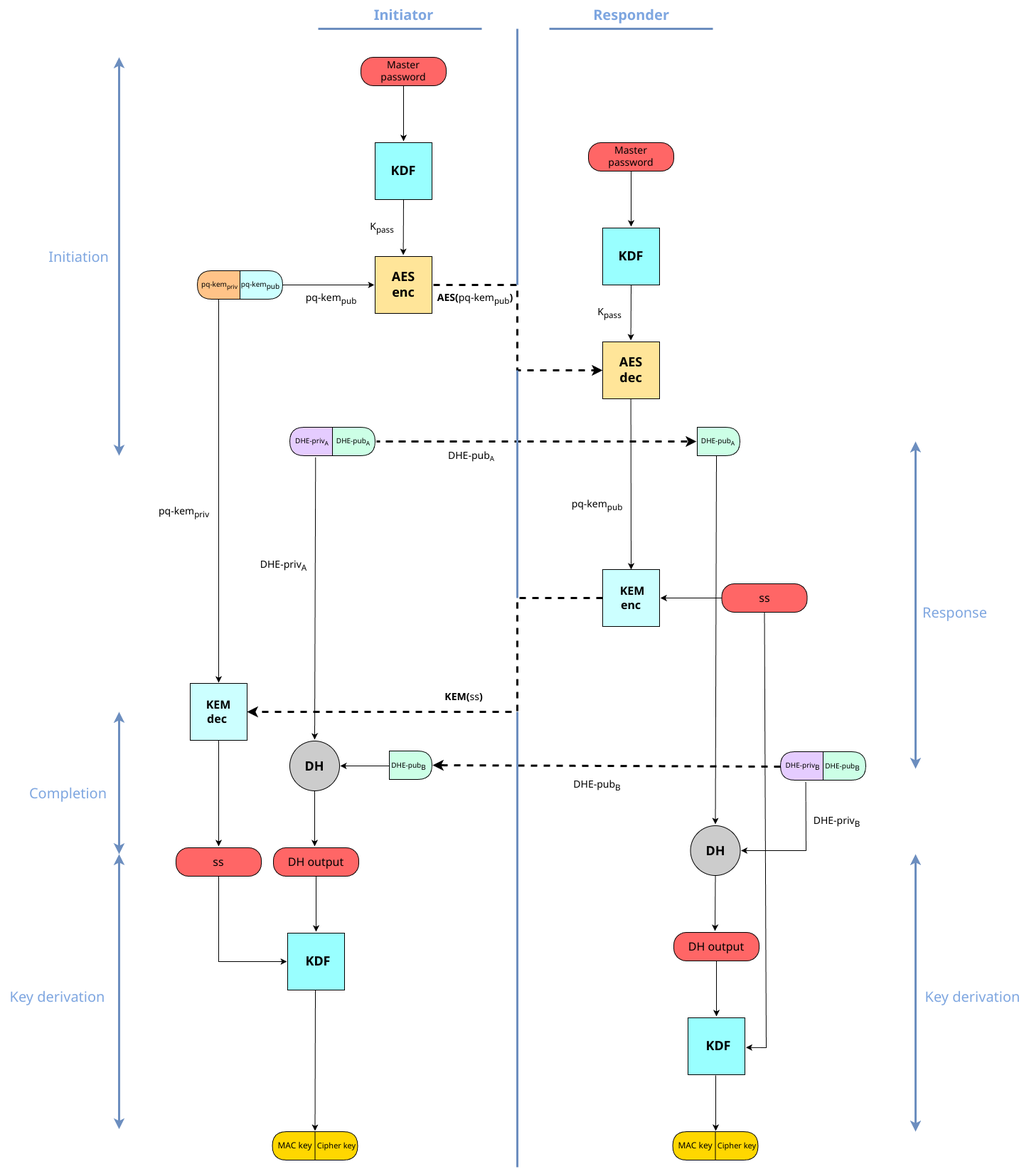
This is docs/specifications/kappa_complete.png from vibhav950/zerotunnel, a draw.io export, as it was before one commit. Source tidied: cells renumbered, new cells last; positions are measured from the earlier drawing's top-left corner, leaving out a move shared by most shapes.
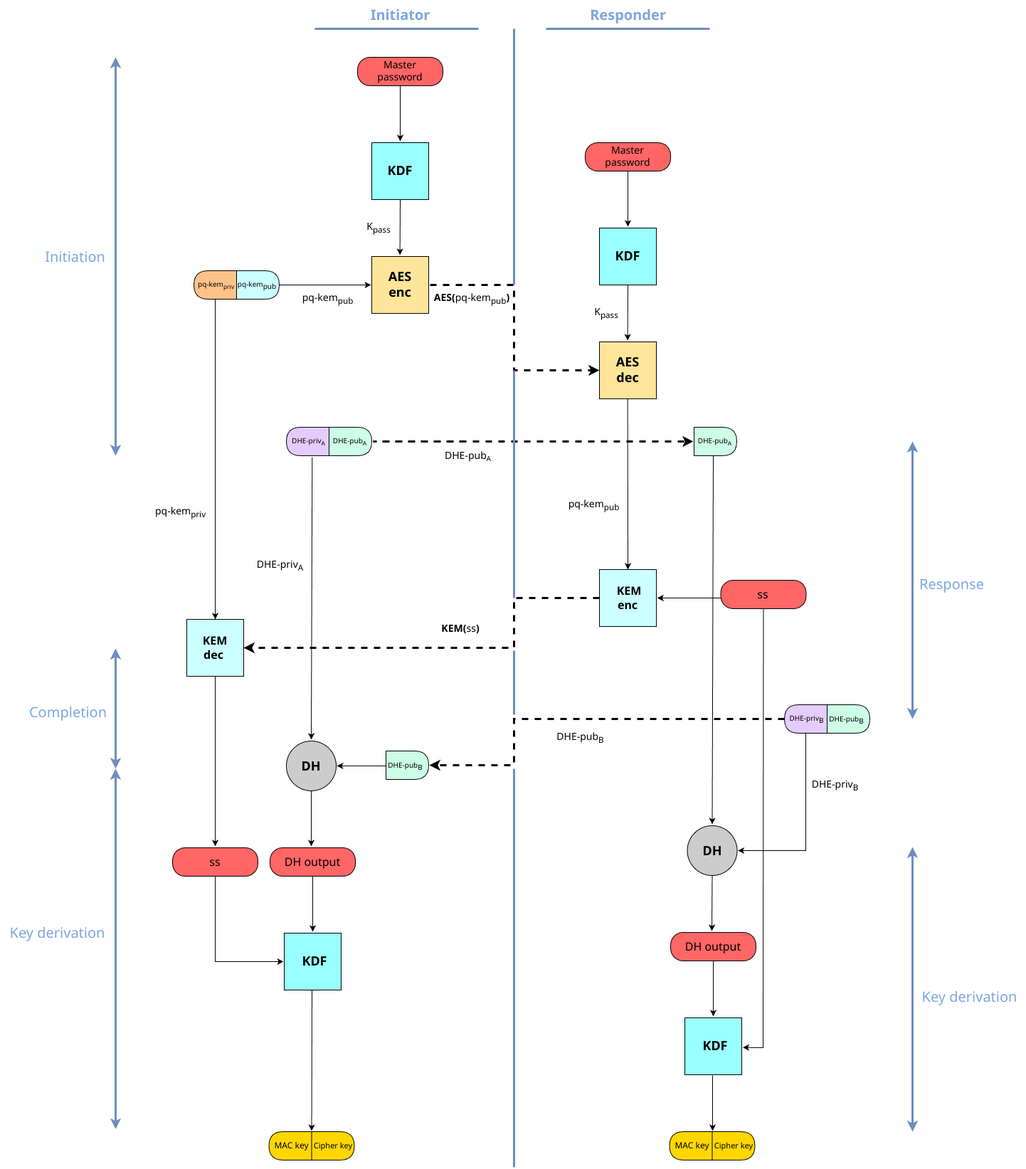
Above is the later version.

Change to the diagram source:
```diff
@@ -123,26 +123,25 @@
       </mxGeometry>
     </mxCell>
     <mxCell id="32" value="&lt;font style=&quot;font-size: 16px;&quot;&gt;ss&lt;/font&gt;" style="rounded=1;arcSize=35;whiteSpace=wrap;html=1;absoluteArcSize=1;shape=rect;fillColor=light-dark(#FF6666,var(--ge-dark-color, #121212));" parent="1" vertex="1">
-      <mxGeometry x="1014.5" y="820" width="120" height="40" as="geometry" />
+      <mxGeometry x="1017.5" y="815" width="120" height="40" as="geometry" />
     </mxCell>
     <mxCell id="33" style="endArrow=classic;html=1;rounded=0;strokeColor=default;curved=0;endFill=1;dashed=1;entryX=1;entryY=0.5;entryDx=0;entryDy=0;strokeWidth=3;" parent="1" edge="1" target="34">
       <mxGeometry relative="1" as="geometry">
         <mxPoint x="847" y="840" as="sourcePoint" />
         <Array as="points">
           <mxPoint x="727" y="840" />
-          <mxPoint x="727" y="1000" />
+          <mxPoint x="727" y="910" />
         </Array>
       </mxGeometry>
     </mxCell>
     <mxCell id="34" style="whiteSpace=wrap;html=1;fillColor=light-dark(#CCFFFF,var(--ge-dark-color, #121212));" parent="1" vertex="1">
-      <mxGeometry x="267" y="960" width="80" height="80" as="geometry" />
+      <mxGeometry x="267" y="870" width="80" height="80" as="geometry" />
     </mxCell>
     <mxCell id="35" value="&lt;font style=&quot;font-size: 16px;&quot; face=&quot;Verdana&quot;&gt;&lt;b style=&quot;&quot;&gt;&amp;nbsp;KEM dec&lt;/b&gt;&lt;/font&gt;" style="text;html=1;align=center;verticalAlign=middle;whiteSpace=wrap;rounded=0;" parent="1" vertex="1">
-      <mxGeometry x="275" y="985" width="60" height="30" as="geometry" />
+      <mxGeometry x="275" y="895" width="60" height="30" as="geometry" />
     </mxCell>
-    <mxCell id="36" style="endArrow=classic;html=1;rounded=0;" parent="1" edge="1">
+    <mxCell id="36" style="endArrow=classic;html=1;rounded=0;exitX=0.5;exitY=1;exitDx=0;exitDy=0;" parent="1" edge="1" source="34">
       <mxGeometry relative="1" as="geometry">
-        <mxPoint x="307" y="1040" as="sourcePoint" />
         <mxPoint x="307" y="1189" as="targetPoint" />
       </mxGeometry>
     </mxCell>
@@ -196,13 +195,13 @@
       <mxGeometry x="977" y="605" width="65" height="30" as="geometry" />
     </mxCell>
     <mxCell id="49" style="shape=delay;whiteSpace=wrap;html=1;arcSize=100;fillColor=light-dark(#CCFFE6,var(--ge-dark-color, #121212));" parent="1" vertex="1">
-      <mxGeometry x="1157" y="1056" width="60" height="40" as="geometry" />
+      <mxGeometry x="1167" y="990" width="60" height="40" as="geometry" />
     </mxCell>
     <mxCell id="50" style="shape=delay;whiteSpace=wrap;html=1;arcSize=100;direction=west;fillColor=light-dark(#E5CCFF,var(--ge-dark-color, #121212));" parent="1" vertex="1">
-      <mxGeometry x="1097" y="1056" width="60" height="40" as="geometry" />
+      <mxGeometry x="1107" y="990" width="60" height="40" as="geometry" />
     </mxCell>
     <mxCell id="51" value="&lt;span style=&quot;font-family: Verdana; font-size: 10px;&quot;&gt;DHE-priv&lt;/span&gt;&lt;sub style=&quot;font-family: Verdana;&quot;&gt;B&lt;/sub&gt;" style="text;html=1;align=center;verticalAlign=middle;whiteSpace=wrap;rounded=0;" parent="1" vertex="1">
-      <mxGeometry x="1101" y="1061" width="55" height="30" as="geometry" />
+      <mxGeometry x="1111" y="995" width="55" height="30" as="geometry" />
     </mxCell>
     <mxCell id="52" style="endArrow=classic;html=1;rounded=0;entryX=0.5;entryY=0;entryDx=0;entryDy=0;" parent="1" edge="1">
       <mxGeometry relative="1" as="geometry">
@@ -213,12 +212,11 @@
     <mxCell id="53" style="ellipse;whiteSpace=wrap;html=1;fillColor=light-dark(#CCCCCC,var(--ge-dark-color, #121212));" parent="1" vertex="1">
       <mxGeometry x="970.5" y="1160" width="70" height="70" as="geometry" />
     </mxCell>
-    <mxCell id="54" style="endArrow=classic;html=1;rounded=0;exitX=0.424;exitY=-0.039;exitDx=0;exitDy=0;exitPerimeter=0;" parent="1" edge="1">
+    <mxCell id="54" style="endArrow=classic;html=1;rounded=0;exitX=0.5;exitY=0;exitDx=0;exitDy=0;" parent="1" edge="1" source="50">
       <mxGeometry relative="1" as="geometry">
-        <mxPoint x="1132.6" y="1098.6" as="sourcePoint" />
         <mxPoint x="1041.5" y="1195" as="targetPoint" />
         <Array as="points">
-          <mxPoint x="1133" y="1195" />
+          <mxPoint x="1137" y="1195" />
         </Array>
       </mxGeometry>
     </mxCell>
@@ -249,12 +247,15 @@
       </mxGeometry>
     </mxCell>
     <mxCell id="61" value="&lt;span style=&quot;font-family: Verdana; font-size: 10px;&quot;&gt;DHE-pub&lt;/span&gt;&lt;sub style=&quot;font-family: Verdana;&quot;&gt;B&lt;/sub&gt;" style="text;html=1;align=center;verticalAlign=middle;whiteSpace=wrap;rounded=0;" parent="1" vertex="1">
-      <mxGeometry x="1157" y="1062" width="55" height="30" as="geometry" />
+      <mxGeometry x="1167" y="996" width="55" height="30" as="geometry" />
     </mxCell>
-    <mxCell id="62" style="endArrow=classic;html=1;rounded=0;strokeColor=default;curved=0;endFill=1;dashed=1;entryX=1;entryY=0.5;entryDx=0;entryDy=0;strokeWidth=3;" parent="1" edge="1">
+    <mxCell id="62" style="endArrow=classic;html=1;rounded=0;strokeColor=default;curved=0;endFill=1;dashed=1;entryX=1;entryY=0.5;entryDx=0;entryDy=0;strokeWidth=3;exitX=1;exitY=0.5;exitDx=0;exitDy=0;" parent="1" edge="1" source="50">
       <mxGeometry relative="1" as="geometry">
-        <mxPoint x="1097" y="1077" as="sourcePoint" />
         <mxPoint x="608" y="1075" as="targetPoint" />
+        <Array as="points">
+          <mxPoint x="727" y="1010" />
+          <mxPoint x="727" y="1075" />
+        </Array>
       </mxGeometry>
     </mxCell>
     <mxCell id="63" style="ellipse;whiteSpace=wrap;html=1;fillColor=light-dark(#CCCCCC,var(--ge-dark-color, #121212));" parent="1" vertex="1">
@@ -306,10 +307,8 @@
         </Array>
       </mxGeometry>
     </mxCell>
-    <mxCell id="74" style="endArrow=classic;html=1;rounded=0;exitX=0.5;exitY=0;exitDx=0;exitDy=0;" parent="1" edge="1" source="5">
-      <mxGeometry relative="1" as="geometry">
-        <mxPoint x="307" y="959" as="targetPoint" />
-      </mxGeometry>
+    <mxCell id="74" style="endArrow=classic;html=1;rounded=0;exitX=0.5;exitY=0;exitDx=0;exitDy=0;entryX=0.5;entryY=0;entryDx=0;entryDy=0;" parent="1" edge="1" source="5" target="34">
+      <mxGeometry relative="1" as="geometry" />
     </mxCell>
     <mxCell id="75" value="&lt;font face=&quot;Verdana&quot;&gt;&lt;span style=&quot;font-size: 14px;&quot;&gt;&lt;b&gt;AES(&lt;/b&gt;pq-kem&lt;sub&gt;pub&lt;/sub&gt;&lt;b&gt;)&lt;/b&gt;&lt;/span&gt;&lt;/font&gt;" style="text;html=1;align=center;verticalAlign=middle;whiteSpace=wrap;rounded=0;" parent="1" vertex="1">
       <mxGeometry x="613" y="400" width="110" height="40" as="geometry" />
@@ -318,10 +317,10 @@
       <mxGeometry x="797" y="690" width="85" height="40" as="geometry" />
     </mxCell>
     <mxCell id="77" value="&lt;font style=&quot;font-size: 14px;&quot; face=&quot;Verdana&quot;&gt;&lt;b&gt;KEM(&lt;/b&gt;ss&lt;b&gt;)&lt;/b&gt;&lt;/font&gt;" style="text;html=1;align=center;verticalAlign=middle;whiteSpace=wrap;rounded=0;" parent="1" vertex="1">
-      <mxGeometry x="617" y="960" width="70" height="40" as="geometry" />
+      <mxGeometry x="617" y="864" width="70" height="40" as="geometry" />
     </mxCell>
     <mxCell id="78" value="&lt;font style=&quot;font-size: 14px;&quot;&gt;&lt;span style=&quot;font-family: Verdana;&quot;&gt;DHE-pub&lt;/span&gt;&lt;sub style=&quot;font-family: Verdana;&quot;&gt;B&lt;/sub&gt;&lt;/font&gt;" style="text;html=1;align=center;verticalAlign=middle;whiteSpace=wrap;rounded=0;" parent="1" vertex="1">
-      <mxGeometry x="798.2" y="1089" width="82.5" height="30" as="geometry" />
+      <mxGeometry x="779" y="1022" width="82.5" height="30" as="geometry" />
     </mxCell>
     <mxCell id="79" style="shape=delay;whiteSpace=wrap;html=1;arcSize=100;fillColor=light-dark(#CCFFE6,var(--ge-dark-color, #121212));" parent="1" vertex="1">
       <mxGeometry x="547" y="1055" width="60" height="40" as="geometry" />
@@ -345,7 +344,7 @@
       <mxGeometry x="357" y="780" width="82.5" height="30" as="geometry" />
     </mxCell>
     <mxCell id="85" value="&lt;font style=&quot;font-size: 14px;&quot;&gt;&lt;span style=&quot;font-family: Verdana;&quot;&gt;DHE-priv&lt;/span&gt;&lt;sub style=&quot;font-family: Verdana;&quot;&gt;B&lt;/sub&gt;&lt;/font&gt;" style="text;html=1;align=center;verticalAlign=middle;whiteSpace=wrap;rounded=0;" parent="1" vertex="1">
-      <mxGeometry x="1134.5" y="1140" width="82.5" height="30" as="geometry" />
+      <mxGeometry x="1137.5" y="1089" width="82.5" height="30" as="geometry" />
     </mxCell>
     <mxCell id="86" style="endArrow=none;html=1;rounded=0;strokeWidth=3;fillColor=#dae8fc;strokeColor=#6c8ebf;" parent="1" edge="1">
       <mxGeometry relative="1" as="geometry">
@@ -361,7 +360,7 @@
     </mxCell>
     <mxCell id="88" style="endArrow=none;html=1;rounded=0;strokeWidth=3;fillColor=#dae8fc;strokeColor=#6c8ebf;" parent="1" edge="1">
       <mxGeometry relative="1" as="geometry">
-        <mxPoint x="727" y="1000" as="sourcePoint" />
+        <mxPoint x="727" y="1080" as="sourcePoint" />
         <mxPoint x="727" y="1640" as="targetPoint" />
       </mxGeometry>
     </mxCell>
@@ -403,42 +402,48 @@
     </mxCell>
     <mxCell id="99" style="endArrow=classic;startArrow=classic;html=1;rounded=0;strokeWidth=3;fillColor=#dae8fc;strokeColor=#6c8ebf;" parent="1" edge="1">
       <mxGeometry relative="1" as="geometry">
-        <mxPoint x="1287" y="1080" as="sourcePoint" />
+        <mxPoint x="1287" y="1010" as="sourcePoint" />
         <mxPoint x="1287" y="620" as="targetPoint" />
       </mxGeometry>
     </mxCell>
     <mxCell id="100" style="endArrow=classic;startArrow=classic;html=1;rounded=0;strokeWidth=3;fillColor=#dae8fc;strokeColor=#6c8ebf;" parent="1" edge="1">
       <mxGeometry relative="1" as="geometry">
-        <mxPoint x="167" y="1200" as="sourcePoint" />
-        <mxPoint x="167" y="1000" as="targetPoint" />
+        <mxPoint x="167" y="1080" as="sourcePoint" />
+        <mxPoint x="167" y="911" as="targetPoint" />
       </mxGeometry>
     </mxCell>
     <mxCell id="101" style="endArrow=classic;startArrow=classic;html=1;rounded=0;strokeWidth=3;fillColor=#dae8fc;strokeColor=#6c8ebf;" parent="1" edge="1">
       <mxGeometry relative="1" as="geometry">
         <mxPoint x="167" y="1586.7" as="sourcePoint" />
-        <mxPoint x="167" y="1200" as="targetPoint" />
+        <mxPoint x="167" y="1080" as="targetPoint" />
       </mxGeometry>
     </mxCell>
     <mxCell id="102" style="endArrow=classic;startArrow=classic;html=1;rounded=0;strokeWidth=3;fillColor=#dae8fc;strokeColor=#6c8ebf;" parent="1" edge="1">
       <mxGeometry relative="1" as="geometry">
         <mxPoint x="1287" y="1590" as="sourcePoint" />
-        <mxPoint x="1287" y="1200" as="targetPoint" />
+        <mxPoint x="1287" y="1190" as="targetPoint" />
       </mxGeometry>
     </mxCell>
     <mxCell id="103" value="&lt;font style=&quot;font-size: 20px; color: rgb(126, 166, 224);&quot;&gt;Initiation&lt;/font&gt;" style="text;html=1;align=center;verticalAlign=middle;strokeColor=none;fillColor=none;" parent="1" vertex="1">
       <mxGeometry x="55" y="340" width="110" height="40" as="geometry" />
     </mxCell>
     <mxCell id="104" value="&lt;font color=&quot;#7ea6e0&quot;&gt;&lt;span style=&quot;font-size: 20px;&quot;&gt;Response&lt;/span&gt;&lt;/font&gt;" style="text;html=1;align=center;verticalAlign=middle;strokeColor=none;fillColor=none;" parent="1" vertex="1">
-      <mxGeometry x="1287" y="840" width="110" height="40" as="geometry" />
+      <mxGeometry x="1287" y="800" width="110" height="40" as="geometry" />
     </mxCell>
     <mxCell id="105" value="&lt;font color=&quot;#7ea6e0&quot;&gt;&lt;span style=&quot;font-size: 20px;&quot;&gt;Completion&lt;/span&gt;&lt;/font&gt;" style="text;html=1;align=center;verticalAlign=middle;strokeColor=none;fillColor=none;" parent="1" vertex="1">
-      <mxGeometry x="30" y="1094" width="130" height="40" as="geometry" />
+      <mxGeometry x="35" y="980" width="130" height="40" as="geometry" />
     </mxCell>
     <mxCell id="106" value="&lt;font color=&quot;#7ea6e0&quot;&gt;&lt;span style=&quot;font-size: 20px;&quot;&gt;Key derivation&lt;/span&gt;&lt;/font&gt;" style="text;html=1;align=center;verticalAlign=middle;strokeColor=none;fillColor=none;" parent="1" vertex="1">
-      <mxGeometry y="1380" width="160" height="40" as="geometry" />
+      <mxGeometry x="5" y="1290" width="160" height="40" as="geometry" />
     </mxCell>
     <mxCell id="107" value="&lt;font color=&quot;#7ea6e0&quot;&gt;&lt;span style=&quot;font-size: 20px;&quot;&gt;Key derivation&lt;/span&gt;&lt;/font&gt;" style="text;html=1;align=center;verticalAlign=middle;strokeColor=none;fillColor=none;" parent="1" vertex="1">
       <mxGeometry x="1287" y="1380" width="160" height="40" as="geometry" />
     </mxCell>
+    <mxCell id="108" style="endArrow=none;html=1;rounded=0;strokeWidth=3;fillColor=#dae8fc;strokeColor=#6c8ebf;" parent="1" edge="1">
+      <mxGeometry relative="1" as="geometry">
+        <mxPoint x="727" y="914" as="sourcePoint" />
+        <mxPoint x="727" y="1004" as="targetPoint" />
+      </mxGeometry>
+    </mxCell>
   </root>
 </mxGraphModel>
```
